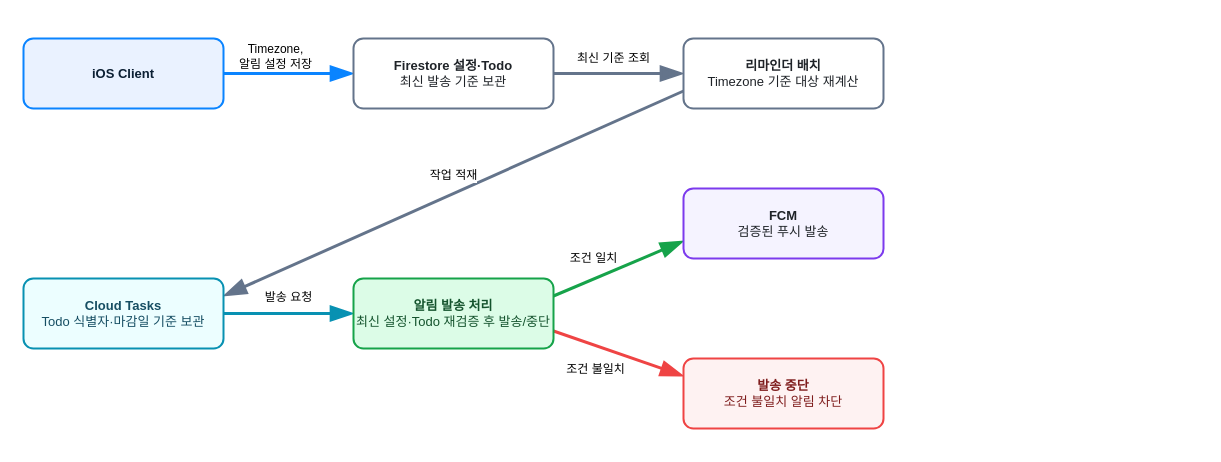
Before: page "Todo Reminder Validation Flow" (3 of 7) of docs/DevLog.drawio in opficdev/DevLog_iOS, a draw.io diagram. Source tidied: cells renumbered, new cells numbered last; positions are measured from the earlier drawing's top-left corner, leaving out a move shared by most shapes. Both pictures are drawn from the tidied source at 100%, with x=0, y=0 at pixel (23, 38).
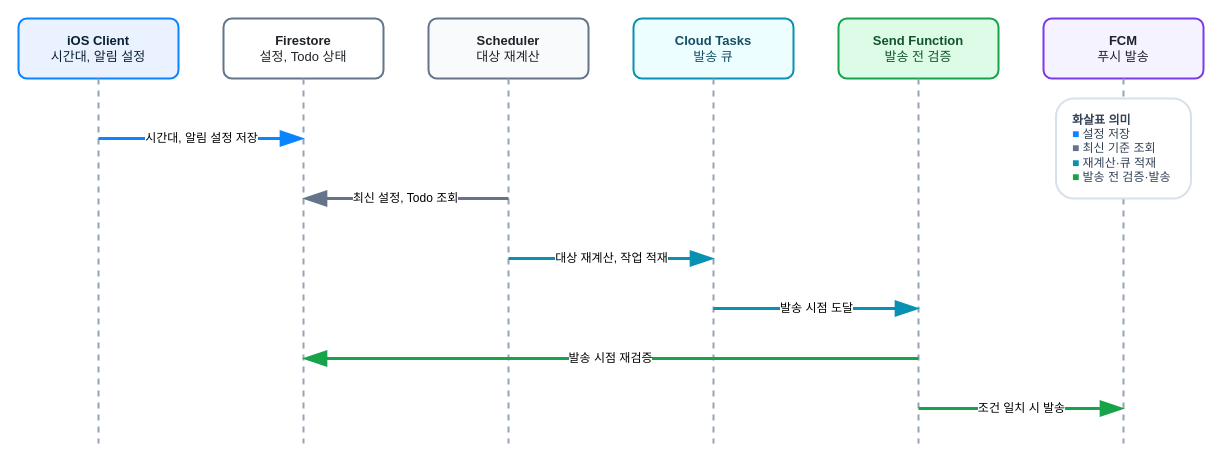
The same page after the edit.

Change to the diagram source:
```diff
@@
-    <mxCell id="2" value="Timezone,&lt;div&gt;알림 설정 저장&lt;/div&gt;" style="endArrow=blockThin;endFill=1;endSize=16;html=1;rounded=1;strokeColor=#0A84FF;strokeWidth=3;labelBackgroundColor=#FFFFFF;fontSize=12;" parent="1" edge="1" source="8" target="9">
-      <mxGeometry x="-0.2" y="17" relative="1" as="geometry" />
-    </mxCell>
-    <mxCell id="3" value="최신 기준 조회" style="endArrow=blockThin;endFill=1;endSize=16;html=1;rounded=1;strokeColor=#64748B;strokeWidth=3;labelBackgroundColor=#FFFFFF;fontSize=12;" parent="1" edge="1" source="9" target="10">
-      <mxGeometry x="-0.08" y="15" relative="1" as="geometry" />
-    </mxCell>
-    <mxCell id="4" value="작업 적재" style="endArrow=blockThin;endFill=1;endSize=16;html=1;rounded=1;strokeColor=#64748B;strokeWidth=3;labelBackgroundColor=#FFFFFF;fontSize=12;exitX=0;exitY=0.75;exitDx=0;exitDy=0;entryX=1;entryY=0.25;entryDx=0;entryDy=0;" parent="1" edge="1" source="10" target="11">
-      <mxGeometry relative="1" as="geometry">
-        <mxPoint y="-18" as="offset" />
-      </mxGeometry>
-    </mxCell>
-    <mxCell id="5" value="발송 요청" style="endArrow=blockThin;endFill=1;endSize=16;html=1;rounded=1;strokeColor=#0891B2;strokeWidth=3;labelBackgroundColor=#FFFFFF;fontSize=12;" parent="1" edge="1" source="11" target="12">
-      <mxGeometry relative="1" as="geometry">
-        <mxPoint y="-16" as="offset" />
-      </mxGeometry>
-    </mxCell>
-    <mxCell id="6" value="조건 일치" style="endArrow=blockThin;endFill=1;endSize=16;html=1;rounded=1;strokeColor=#16A34A;strokeWidth=3;labelBackgroundColor=#FFFFFF;fontSize=12;exitX=1;exitY=0.25;exitDx=0;exitDy=0;entryX=0;entryY=0.75;entryDx=0;entryDy=0;" parent="1" edge="1" source="12" target="14">
-      <mxGeometry x="-0.28" y="19" relative="1" as="geometry" />
-    </mxCell>
-    <mxCell id="7" value="조건 불일치" style="endArrow=blockThin;endFill=1;endSize=16;html=1;rounded=1;strokeColor=#EF4444;strokeWidth=3;labelBackgroundColor=#FFFFFF;fontSize=12;exitX=1;exitY=0.75;exitDx=0;exitDy=0;entryX=0;entryY=0.25;entryDx=0;entryDy=0;" parent="1" edge="1" source="12" target="15">
-      <mxGeometry x="-0.25" y="-23" relative="1" as="geometry" />
-    </mxCell>
-    <mxCell id="8" value="&lt;b&gt;iOS Client&lt;/b&gt;" style="rounded=1;arcSize=14;whiteSpace=wrap;html=1;fillColor=#EAF2FF;strokeColor=#0A84FF;strokeWidth=2;fontColor=#0B1F33;fontSize=13;align=center;" parent="1" vertex="1">
-      <mxGeometry width="200" height="70" as="geometry" />
-    </mxCell>
-    <mxCell id="9" value="&lt;b&gt;Firestore 설정·Todo&lt;/b&gt;&lt;br&gt;&lt;span style=&quot;font-weight: normal;&quot;&gt;최신 발송 기준 보관&lt;/span&gt;" style="rounded=1;arcSize=14;whiteSpace=wrap;html=1;fillColor=#FFFFFF;strokeColor=#64748B;strokeWidth=2;fontColor=#1F2328;fontSize=13;align=center;" parent="1" vertex="1">
-      <mxGeometry x="330" width="200" height="70" as="geometry" />
-    </mxCell>
+    <mxCell id="16" value="&lt;b&gt;iOS Client&lt;/b&gt;&lt;br&gt;&lt;span style=&quot;font-weight: normal;&quot;&gt;시간대, 알림 설정&lt;/span&gt;" style="rounded=1;arcSize=14;whiteSpace=wrap;html=1;fillColor=#EAF2FF;strokeColor=#0A84FF;strokeWidth=2;fontColor=#0B1F33;fontSize=13;align=center;" parent="1" vertex="1">
+      <mxGeometry x="-5" y="-20" width="160" height="60" as="geometry" />
+    </mxCell>
+    <mxCell id="17" value="&lt;b&gt;Firestore&lt;/b&gt;&lt;br&gt;&lt;span style=&quot;font-weight: normal;&quot;&gt;설정, Todo 상태&lt;/span&gt;" style="rounded=1;arcSize=14;whiteSpace=wrap;html=1;fillColor=#FFFFFF;strokeColor=#64748B;strokeWidth=2;fontColor=#1F2328;fontSize=13;align=center;" parent="1" vertex="1">
+      <mxGeometry x="200" y="-20" width="160" height="60" as="geometry" />
+    </mxCell>
-    <mxCell id="10" value="&lt;b&gt;리마인더 배치&lt;/b&gt;&lt;br&gt;&lt;span style=&quot;font-weight: normal;&quot;&gt;Timezone 기준 대상 재계산&lt;/span&gt;" style="rounded=1;arcSize=14;whiteSpace=wrap;html=1;fillColor=#FFFFFF;strokeColor=#64748B;strokeWidth=2;fontColor=#1F2328;fontSize=13;align=center;" parent="1" vertex="1">
-      <mxGeometry x="660" width="200" height="70" as="geometry" />
+    <mxCell id="10" value="&lt;b&gt;Scheduler&lt;/b&gt;&lt;br&gt;&lt;span style=&quot;font-weight: normal;&quot;&gt;대상 재계산&lt;/span&gt;" style="rounded=1;arcSize=14;whiteSpace=wrap;html=1;fillColor=#F8FAFC;strokeColor=#64748B;strokeWidth=2;fontColor=#1F2328;fontSize=13;align=center;" parent="1" vertex="1">
+      <mxGeometry x="405" y="-20" width="160" height="60" as="geometry" />
     </mxCell>
-    <mxCell id="11" value="&lt;b&gt;Cloud Tasks&lt;/b&gt;&lt;br&gt;&lt;span style=&quot;font-weight: normal;&quot;&gt;Todo 식별자·마감일 기준 보관&lt;/span&gt;" style="rounded=1;arcSize=14;whiteSpace=wrap;html=1;fillColor=#ECFEFF;strokeColor=#0891B2;strokeWidth=2;fontColor=#164E63;fontSize=13;align=center;" parent="1" vertex="1">
-      <mxGeometry y="240" width="200" height="70" as="geometry" />
+    <mxCell id="11" value="&lt;b&gt;Cloud Tasks&lt;/b&gt;&lt;br&gt;&lt;span style=&quot;font-weight: normal;&quot;&gt;발송 큐&lt;/span&gt;" style="rounded=1;arcSize=14;whiteSpace=wrap;html=1;fillColor=#ECFEFF;strokeColor=#0891B2;strokeWidth=2;fontColor=#164E63;fontSize=13;align=center;" parent="1" vertex="1">
+      <mxGeometry x="610" y="-20" width="160" height="60" as="geometry" />
     </mxCell>
-    <mxCell id="12" value="&lt;b&gt;알림 발송 처리&lt;/b&gt;&lt;br&gt;&lt;span style=&quot;font-weight: normal;&quot;&gt;최신 설정·Todo 재검증 후 발송/중단&lt;/span&gt;" style="rounded=1;arcSize=14;whiteSpace=wrap;html=1;fillColor=#DCFCE7;strokeColor=#16A34A;strokeWidth=2;fontColor=#14532D;fontSize=13;align=center;" parent="1" vertex="1">
-      <mxGeometry x="330" y="240" width="200" height="70" as="geometry" />
+    <mxCell id="12" value="&lt;b&gt;Send Function&lt;/b&gt;&lt;br&gt;&lt;span style=&quot;font-weight: normal;&quot;&gt;발송 전 검증&lt;/span&gt;" style="rounded=1;arcSize=14;whiteSpace=wrap;html=1;fillColor=#DCFCE7;strokeColor=#16A34A;strokeWidth=2;fontColor=#14532D;fontSize=13;align=center;" parent="1" vertex="1">
+      <mxGeometry x="815" y="-20" width="160" height="60" as="geometry" />
     </mxCell>
-    <mxCell id="13" style="group;" parent="1" vertex="1">
-      <mxGeometry x="660" y="150" width="200" height="240" as="geometry" />
-    </mxCell>
-    <mxCell id="14" value="&lt;b&gt;FCM&lt;/b&gt;&lt;br&gt;&lt;span style=&quot;font-weight: normal;&quot;&gt;검증된 푸시 발송&lt;/span&gt;" style="rounded=1;arcSize=14;whiteSpace=wrap;html=1;fillColor=#F5F3FF;strokeColor=#7C3AED;strokeWidth=2;fontColor=#1F2328;fontSize=13;align=center;" parent="13" vertex="1">
-      <mxGeometry width="200" height="70" as="geometry" />
+    <mxCell id="14" value="&lt;b&gt;FCM&lt;/b&gt;&lt;br&gt;&lt;span style=&quot;font-weight: normal;&quot;&gt;푸시 발송&lt;/span&gt;" style="rounded=1;arcSize=14;whiteSpace=wrap;html=1;fillColor=#F5F3FF;strokeColor=#7C3AED;strokeWidth=2;fontColor=#1F2328;fontSize=13;align=center;" parent="1" vertex="1">
+      <mxGeometry x="1020" y="-20" width="160" height="60" as="geometry" />
     </mxCell>
-    <mxCell id="15" value="&lt;b&gt;발송 중단&lt;/b&gt;&lt;br&gt;&lt;span style=&quot;font-weight: normal;&quot;&gt;조건 불일치 알림 차단&lt;/span&gt;" style="rounded=1;arcSize=14;whiteSpace=wrap;html=1;fillColor=#FEF2F2;strokeColor=#EF4444;strokeWidth=2;fontColor=#7F1D1D;fontSize=13;align=center;" parent="13" vertex="1">
-      <mxGeometry y="170" width="200" height="70" as="geometry" />
-    </mxCell>
+    <mxCell id="18" style="html=1;endArrow=none;dashed=1;strokeColor=#94A3B8;strokeWidth=2;" parent="1" edge="1">
+      <mxGeometry relative="1" as="geometry">
+        <mxPoint x="75" y="40" as="sourcePoint" />
+        <mxPoint x="75" y="405" as="targetPoint" />
+      </mxGeometry>
+    </mxCell>
+    <mxCell id="19" style="html=1;endArrow=none;dashed=1;strokeColor=#94A3B8;strokeWidth=2;" parent="1" edge="1">
+      <mxGeometry relative="1" as="geometry">
+        <mxPoint x="280" y="40" as="sourcePoint" />
+        <mxPoint x="280" y="405" as="targetPoint" />
+      </mxGeometry>
+    </mxCell>
+    <mxCell id="20" style="html=1;endArrow=none;dashed=1;strokeColor=#94A3B8;strokeWidth=2;" parent="1" edge="1">
+      <mxGeometry relative="1" as="geometry">
+        <mxPoint x="485" y="40" as="sourcePoint" />
+        <mxPoint x="485" y="405" as="targetPoint" />
+      </mxGeometry>
+    </mxCell>
+    <mxCell id="21" style="html=1;endArrow=none;dashed=1;strokeColor=#94A3B8;strokeWidth=2;" parent="1" edge="1">
+      <mxGeometry relative="1" as="geometry">
+        <mxPoint x="690" y="40" as="sourcePoint" />
+        <mxPoint x="690" y="405" as="targetPoint" />
+      </mxGeometry>
+    </mxCell>
+    <mxCell id="22" style="html=1;endArrow=none;dashed=1;strokeColor=#94A3B8;strokeWidth=2;" parent="1" edge="1">
+      <mxGeometry relative="1" as="geometry">
+        <mxPoint x="895" y="40" as="sourcePoint" />
+        <mxPoint x="895" y="405" as="targetPoint" />
+      </mxGeometry>
+    </mxCell>
+    <mxCell id="23" style="html=1;endArrow=none;dashed=1;strokeColor=#94A3B8;strokeWidth=2;" parent="1" edge="1">
+      <mxGeometry relative="1" as="geometry">
+        <mxPoint x="1100" y="40" as="sourcePoint" />
+        <mxPoint x="1100" y="405" as="targetPoint" />
+      </mxGeometry>
+    </mxCell>
+    <mxCell id="24" value="시간대, 알림 설정 저장" style="endArrow=blockThin;endFill=1;endSize=16;html=1;rounded=1;strokeColor=#0A84FF;strokeWidth=3;labelBackgroundColor=#FFFFFF;fontSize=12;" parent="1" edge="1">
+      <mxGeometry relative="1" as="geometry">
+        <mxPoint x="75" y="100" as="sourcePoint" />
+        <mxPoint x="280" y="100" as="targetPoint" />
+      </mxGeometry>
+    </mxCell>
+    <mxCell id="25" value="최신 설정, Todo 조회" style="endArrow=blockThin;endFill=1;endSize=16;html=1;rounded=1;strokeColor=#64748B;strokeWidth=3;labelBackgroundColor=#FFFFFF;fontSize=12;" parent="1" edge="1">
+      <mxGeometry relative="1" as="geometry">
+        <mxPoint x="485" y="160" as="sourcePoint" />
+        <mxPoint x="280" y="160" as="targetPoint" />
+      </mxGeometry>
+    </mxCell>
+    <mxCell id="26" value="대상 재계산, 작업 적재" style="endArrow=blockThin;endFill=1;endSize=16;html=1;rounded=1;strokeColor=#0891B2;strokeWidth=3;labelBackgroundColor=#FFFFFF;fontSize=12;" parent="1" edge="1">
+      <mxGeometry relative="1" as="geometry">
+        <mxPoint x="485" y="220" as="sourcePoint" />
+        <mxPoint x="690" y="220" as="targetPoint" />
+      </mxGeometry>
+    </mxCell>
+    <mxCell id="27" value="발송 시점 도달" style="endArrow=blockThin;endFill=1;endSize=16;html=1;rounded=1;strokeColor=#0891B2;strokeWidth=3;labelBackgroundColor=#FFFFFF;fontSize=12;" parent="1" edge="1">
+      <mxGeometry relative="1" as="geometry">
+        <mxPoint x="690" y="270" as="sourcePoint" />
+        <mxPoint x="895" y="270" as="targetPoint" />
+      </mxGeometry>
+    </mxCell>
+    <mxCell id="28" value="발송 시점 재검증" style="endArrow=blockThin;endFill=1;endSize=16;html=1;rounded=1;strokeColor=#16A34A;strokeWidth=3;labelBackgroundColor=#FFFFFF;fontSize=12;" parent="1" edge="1">
+      <mxGeometry relative="1" as="geometry">
+        <mxPoint x="895" y="320" as="sourcePoint" />
+        <mxPoint x="280" y="320" as="targetPoint" />
+      </mxGeometry>
+    </mxCell>
+    <mxCell id="29" value="조건 일치 시 발송" style="endArrow=blockThin;endFill=1;endSize=16;html=1;rounded=1;strokeColor=#16A34A;strokeWidth=3;labelBackgroundColor=#FFFFFF;fontSize=12;" parent="1" edge="1">
+      <mxGeometry relative="1" as="geometry">
+        <mxPoint x="895" y="370" as="sourcePoint" />
+        <mxPoint x="1100" y="370" as="targetPoint" />
+      </mxGeometry>
+    </mxCell>
+    <mxCell id="30" value="&lt;b&gt;화살표 의미&lt;/b&gt;&lt;br&gt;&lt;font color=&quot;#0A84FF&quot;&gt;■&lt;/font&gt; 설정 저장&lt;br&gt;&lt;font color=&quot;#64748B&quot;&gt;■&lt;/font&gt; 최신 기준 조회&lt;div&gt;&lt;font color=&quot;#0891B2&quot;&gt;■&lt;/font&gt; 재계산·큐 적재&lt;br&gt;&lt;font color=&quot;#16A34A&quot;&gt;■&lt;/font&gt; 발송 전 검증·발송&lt;/div&gt;" style="rounded=1;arcSize=18;whiteSpace=wrap;html=1;fillColor=#FFFFFF;strokeColor=#D8E0EA;strokeWidth=2;fontColor=#334155;fontSize=12;align=left;spacingLeft=14;" parent="1" vertex="1">
+      <mxGeometry x="1032.5" y="60" width="135" height="100" as="geometry" />
+    </mxCell>
```
